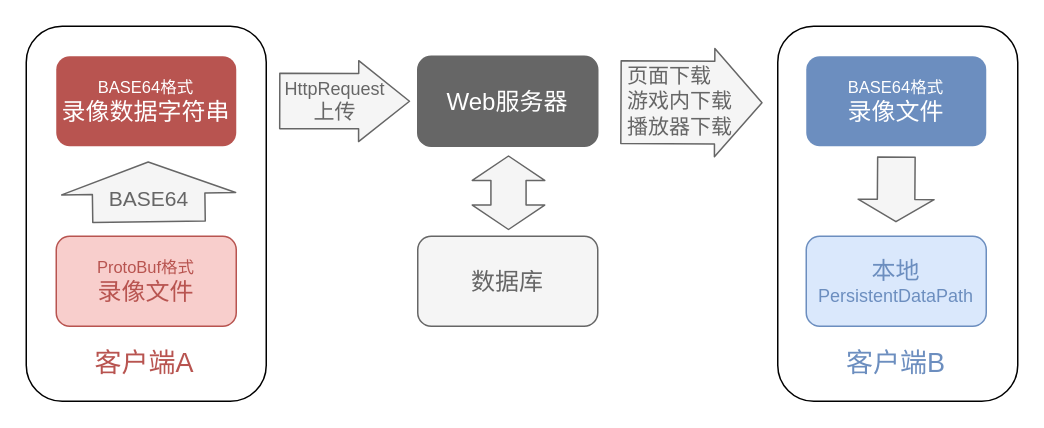
This is ppt战斗录像上传/下载图.drawio from leoin2012/draw.io.files, a draw.io file, before an edit. Source tidied: cells renumbered, new cells numbered last; positions are measured from the earlier drawing's top-left corner, leaving out a move shared by most shapes. Both pictures are drawn from the tidied source at 150%, with x=0, y=0 at pixel (26, 26).
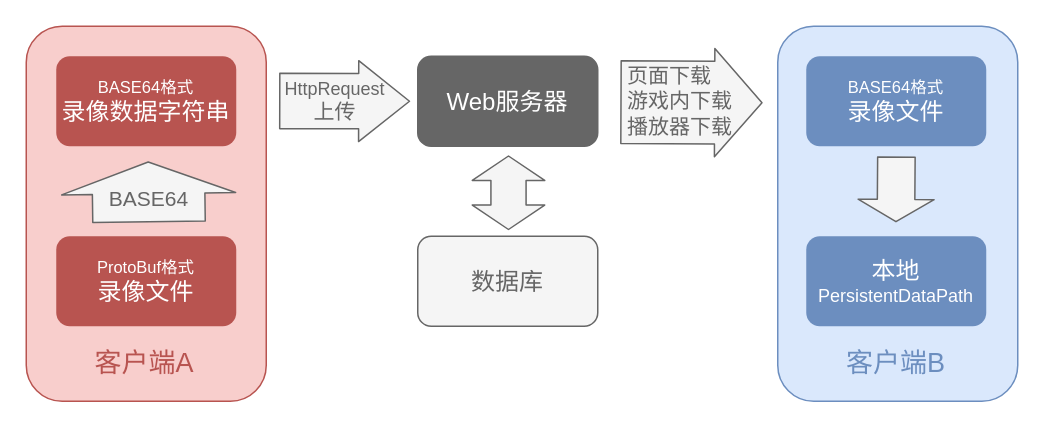
After the change.

Commit message (it also covers changes not shown here):
更新下载图.drawio

Diff of the diagram source:
```diff
@@
-    <mxCell id="2" style="rounded=1;whiteSpace=wrap;html=1;fillColor=none;" parent="1" vertex="1">
+    <mxCell id="2" style="rounded=1;whiteSpace=wrap;html=1;fillColor=#dae8fc;strokeColor=#6c8ebf;" parent="1" vertex="1">
       <mxGeometry x="501" width="160" height="250" as="geometry" />
     </mxCell>
@@
-    <mxCell id="4" style="rounded=1;whiteSpace=wrap;html=1;fillColor=none;" parent="1" vertex="1">
+    <mxCell id="4" style="rounded=1;whiteSpace=wrap;html=1;fillColor=#f8cecc;strokeColor=#b85450;" parent="1" vertex="1">
       <mxGeometry width="160" height="250" as="geometry" />
     </mxCell>
@@
-    <mxCell id="6" value="&lt;font color=&quot;#b85450&quot;&gt;&lt;font style=&quot;font-size: 11px&quot;&gt;ProtoBuf格式&lt;/font&gt;&lt;br&gt;&lt;span style=&quot;font-size: 16px&quot;&gt;录像文件&lt;/span&gt;&lt;/font&gt;" style="rounded=1;whiteSpace=wrap;html=1;fillColor=#f8cecc;strokeColor=#b85450;" parent="1" vertex="1">
+    <mxCell id="6" value="&lt;font color=&quot;#ffffff&quot;&gt;&lt;font style=&quot;font-size: 11px&quot;&gt;ProtoBuf格式&lt;/font&gt;&lt;br&gt;&lt;span style=&quot;font-size: 16px&quot;&gt;录像文件&lt;/span&gt;&lt;/font&gt;" style="rounded=1;whiteSpace=wrap;html=1;fillColor=#B85450;strokeColor=none;" parent="1" vertex="1">
       <mxGeometry x="20" y="140" width="120" height="60" as="geometry" />
     </mxCell>
@@
-    <mxCell id="17" value="&lt;font color=&quot;#6c8ebf&quot;&gt;&lt;font&gt;&lt;font style=&quot;font-size: 16px&quot;&gt;本地&lt;/font&gt;&lt;br&gt;&lt;/font&gt;&lt;span style=&quot;text-align: left ; white-space: nowrap&quot;&gt;&lt;font style=&quot;font-size: 12px&quot;&gt;PersistentDataPath&lt;/font&gt;&lt;/span&gt;&lt;/font&gt;" style="rounded=1;whiteSpace=wrap;html=1;fillColor=#dae8fc;strokeColor=#6c8ebf;" parent="1" vertex="1">
+    <mxCell id="17" value="&lt;font color=&quot;#ffffff&quot;&gt;&lt;font&gt;&lt;font style=&quot;font-size: 16px&quot;&gt;本地&lt;/font&gt;&lt;br&gt;&lt;/font&gt;&lt;span style=&quot;text-align: left ; white-space: nowrap&quot;&gt;&lt;font style=&quot;font-size: 12px&quot;&gt;PersistentDataPath&lt;/font&gt;&lt;/span&gt;&lt;/font&gt;" style="rounded=1;whiteSpace=wrap;html=1;fillColor=#6C8EBF;strokeColor=none;" parent="1" vertex="1">
       <mxGeometry x="520" y="140" width="120" height="60" as="geometry" />
     </mxCell>
```
